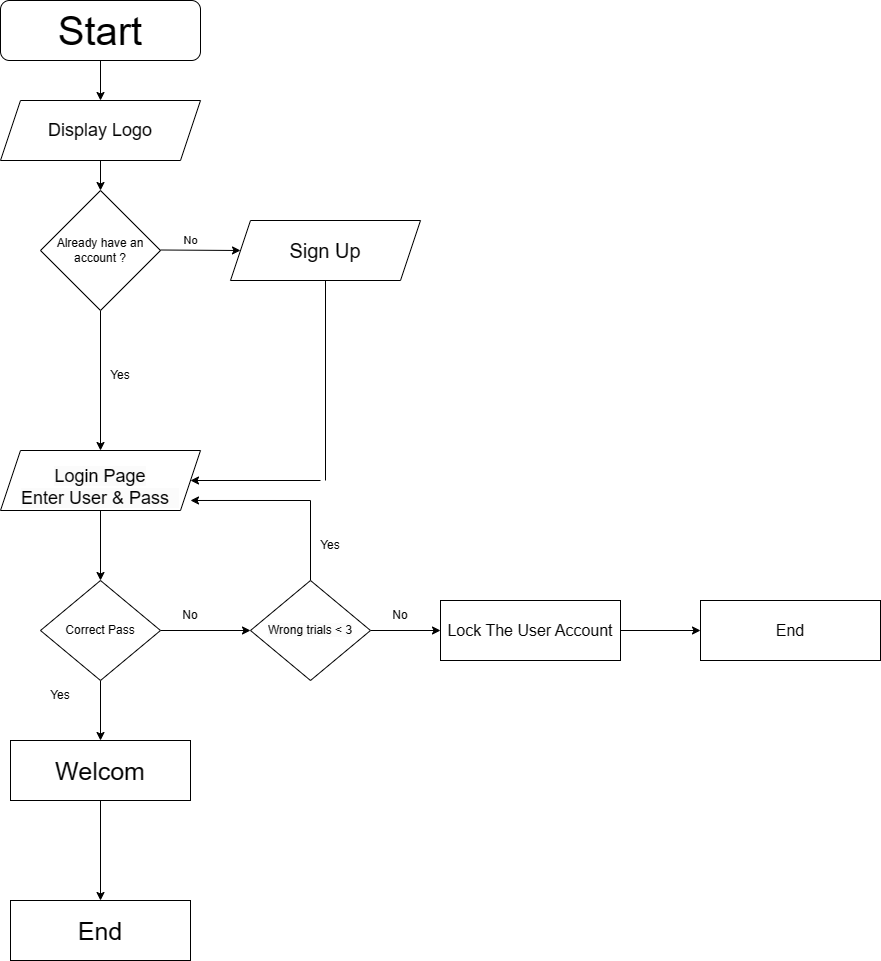
The draw.io diagram SWE_Tasks/Task_01/FlowChart_Task.png in Mahmoud-Mowafy/Automotive-BC---W11, before a commit. Source tidied: cells renumbered, new cells last; positions are measured from the earlier drawing's top-left corner, leaving out a move shared by most shapes.
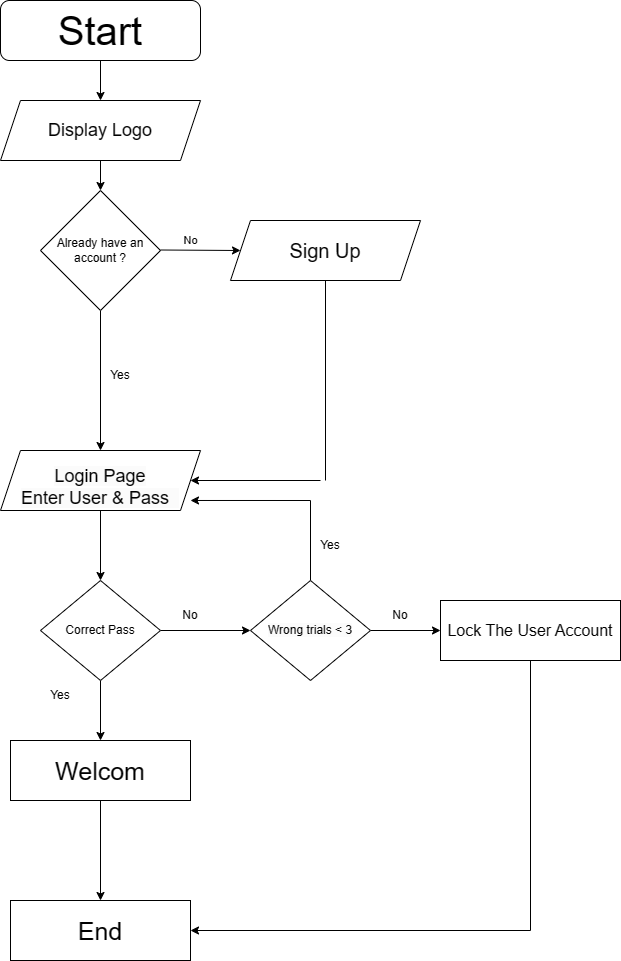
The same file after the commit.

Change to the diagram source:
```diff
@@ -96,17 +96,18 @@
     <mxCell id="27" value="Yes" style="text;html=1;strokeColor=none;fillColor=none;align=center;verticalAlign=middle;whiteSpace=wrap;rounded=0;" parent="1" vertex="1">
       <mxGeometry x="90" y="360" width="60" height="30" as="geometry" />
     </mxCell>
-    <mxCell id="28" style="edgeStyle=orthogonalEdgeStyle;rounded=0;jettySize=auto;html=1;" parent="1" edge="1" source="29" target="31">
-      <mxGeometry relative="1" as="geometry" />
-    </mxCell>
+    <mxCell id="32" style="edgeStyle=orthogonalEdgeStyle;rounded=0;jettySize=auto;html=1;entryX=1;entryY=0.5;entryDx=0;entryDy=0;" parent="1" edge="1" source="29" target="30">
+      <mxGeometry relative="1" as="geometry">
+        <Array as="points">
+          <mxPoint x="530" y="930" />
+        </Array>
+      </mxGeometry>
+    </mxCell>
     <mxCell id="29" value="&lt;font style=&quot;font-size: 16px;&quot;&gt;Lock The User Account&lt;/font&gt;" style="rounded=0;whiteSpace=wrap;html=1;" parent="1" vertex="1">
       <mxGeometry x="440" y="600" width="180" height="60" as="geometry" />
     </mxCell>
     <mxCell id="30" value="&lt;font style=&quot;font-size: 25px;&quot;&gt;End&lt;/font&gt;" style="rounded=0;whiteSpace=wrap;html=1;" parent="1" vertex="1">
       <mxGeometry x="10" y="900" width="180" height="60" as="geometry" />
     </mxCell>
-    <mxCell id="31" value="&lt;font style=&quot;font-size: 16px;&quot;&gt;End&lt;/font&gt;" style="rounded=0;whiteSpace=wrap;html=1;" parent="1" vertex="1">
-      <mxGeometry x="700" y="600" width="180" height="60" as="geometry" />
-    </mxCell>
   </root>
 </mxGraphModel>
```
